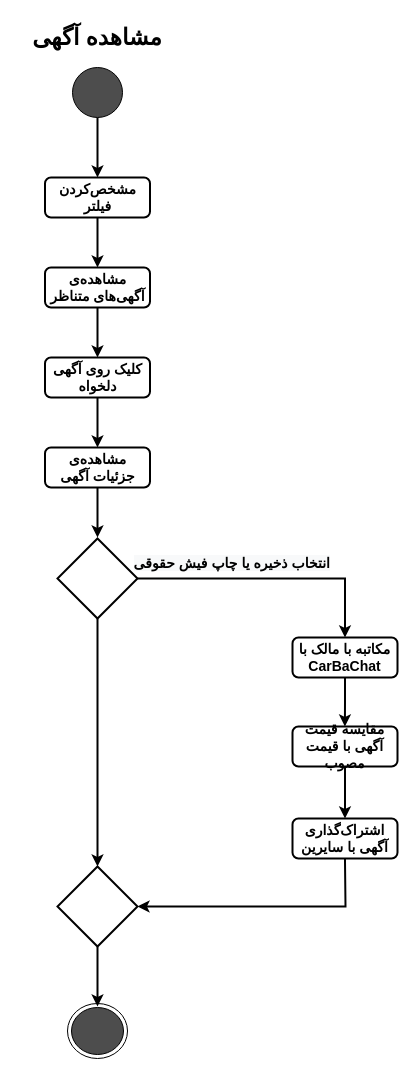
Before: page "Represent" (3 of 20) of ActivityDiagram/MiddleWare_CarBaMaActivityDiagram.drawio in MelvinMo/CarBaMa_Automotive-Sale-Application, a draw.io diagram. Source tidied: cells renumbered, new cells numbered last; positions are measured from the earlier drawing's top-left corner, leaving out a move shared by most shapes. Both pictures are drawn from the tidied source at 100%, with x=0, y=0 at pixel (17, 17).
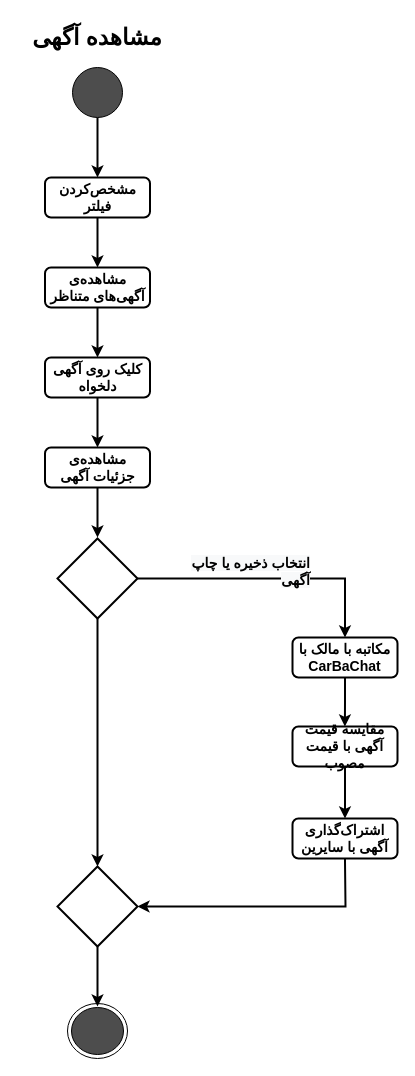
The same diagram, later.

Commit message:
ActivityDiagram upd

ActivityDiagram updated.

Change to the diagram source:
```diff
@@
-    <mxCell id="17" value="&lt;b style=&quot;font-family: &amp;#34;helvetica&amp;#34; ; font-size: 14px ; font-style: normal ; letter-spacing: normal ; text-indent: 0px ; text-transform: none ; word-spacing: 0px ; background-color: rgb(248 , 249 , 250)&quot;&gt;انتخاب ذخیره یا چاپ فیش حقوقی&lt;/b&gt;" style="text;whiteSpace=wrap;html=1;align=right;" parent="1" vertex="1">
-      <mxGeometry x="105" y="531" width="210" height="30" as="geometry" />
+    <mxCell id="17" value="&lt;b style=&quot;font-family: &amp;quot;helvetica&amp;quot; ; font-size: 14px ; font-style: normal ; letter-spacing: normal ; text-indent: 0px ; text-transform: none ; word-spacing: 0px ; background-color: rgb(248 , 249 , 250)&quot;&gt;انتخاب ذخیره یا چاپ آگهی&lt;/b&gt;" style="text;whiteSpace=wrap;html=1;align=right;" parent="1" vertex="1">
+      <mxGeometry x="156" y="531" width="139" height="30" as="geometry" />
     </mxCell>
```
